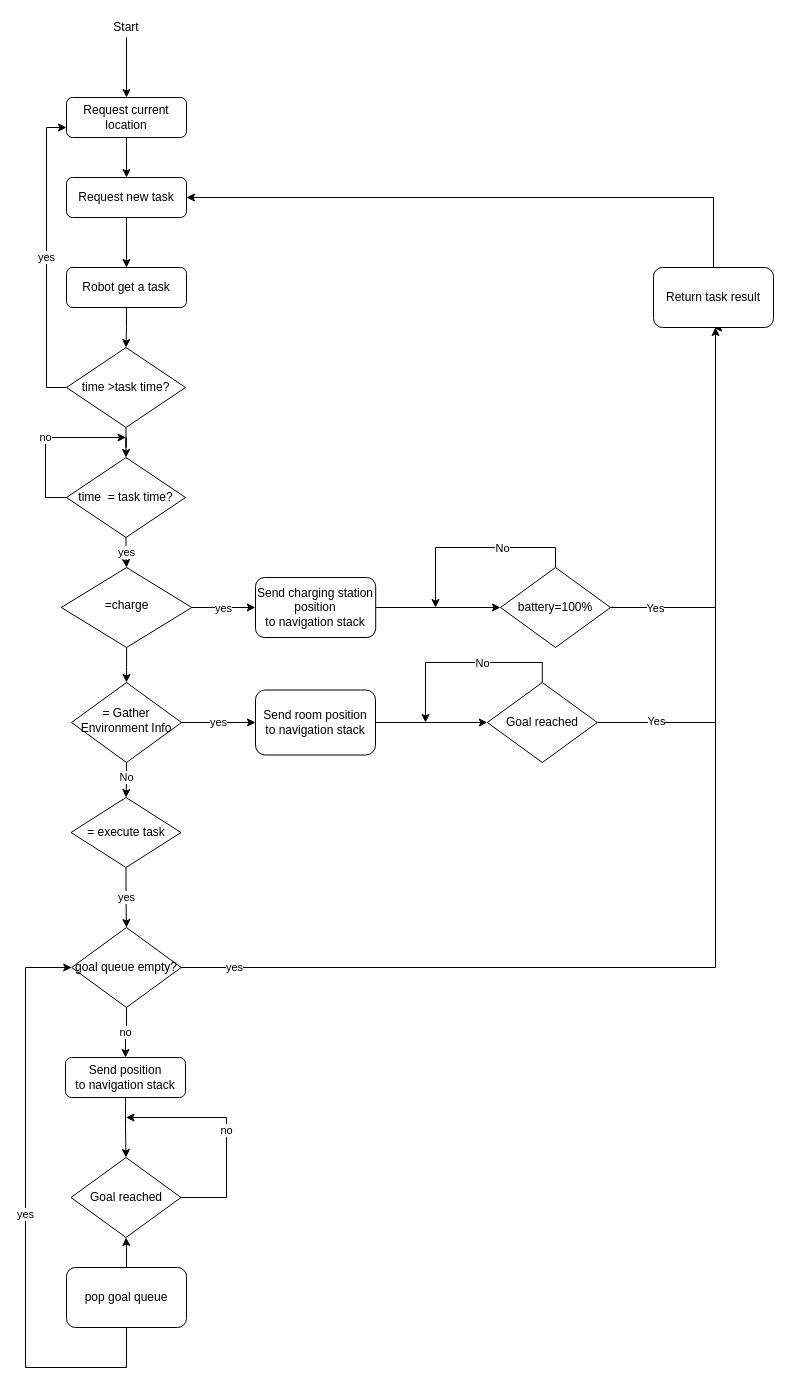
The draw.io diagram page "robot_controller_work" (13 of 21) of Thesis/diagrams/robot.drawio in xuanjiao/master_thesis, before the edit. Source tidied: cells renumbered, new cells numbered last; positions are measured from the earlier drawing's top-left corner, leaving out a move shared by most shapes. Both pictures are drawn from the tidied source at 100%, with x=0, y=0 at pixel (-455, 17).
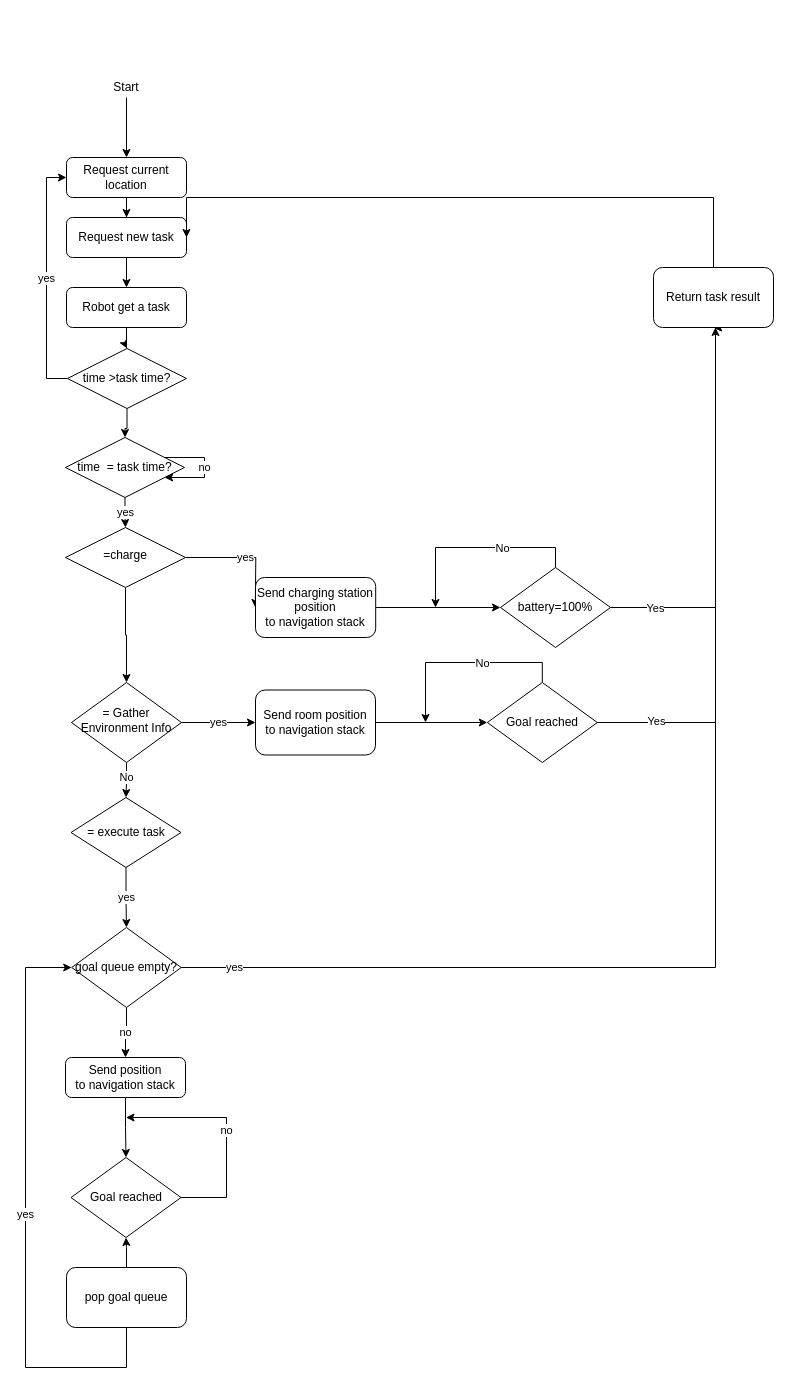
After the change.

Change to the diagram source:
```diff
@@
     <mxCell id="3" value="Robot get a task" style="rounded=1;whiteSpace=wrap;html=1;fontSize=12;glass=0;strokeWidth=1;shadow=0;" parent="1" vertex="1">
-      <mxGeometry x="521" y="250" width="120" height="40" as="geometry" />
+      <mxGeometry x="521" y="270" width="120" height="40" as="geometry" />
     </mxCell>
@@
     <mxCell id="6" value="=charge" style="rhombus;whiteSpace=wrap;html=1;shadow=0;fontFamily=Helvetica;fontSize=12;align=center;strokeWidth=1;spacing=6;spacingTop=-4;" parent="1" vertex="1">
-      <mxGeometry x="515.8" y="550" width="130.5" height="80" as="geometry" />
+      <mxGeometry x="520" y="510" width="120" height="60" as="geometry" />
     </mxCell>
@@
     <mxCell id="18" value="Request new task" style="rounded=1;whiteSpace=wrap;html=1;" parent="1" vertex="1">
-      <mxGeometry x="521" y="160" width="120" height="40" as="geometry" />
+      <mxGeometry x="521" y="200" width="120" height="40" as="geometry" />
     </mxCell>
@@
     <mxCell id="41" value="Start" style="text;html=1;strokeColor=none;fillColor=none;align=center;verticalAlign=middle;whiteSpace=wrap;rounded=0;" parent="1" vertex="1">
-      <mxGeometry x="561" width="40" height="20" as="geometry" />
+      <mxGeometry x="561" y="60" width="40" height="20" as="geometry" />
     </mxCell>
@@
     <mxCell id="44" value="Request current location" style="rounded=1;whiteSpace=wrap;html=1;" parent="1" vertex="1">
-      <mxGeometry x="521" y="80" width="120" height="40" as="geometry" />
+      <mxGeometry x="521" y="140" width="120" height="40" as="geometry" />
     </mxCell>
-    <mxCell id="45" value="yes" style="edgeStyle=orthogonalEdgeStyle;rounded=0;jettySize=auto;html=1;entryX=0;entryY=0.75;entryDx=0;entryDy=0;exitX=0;exitY=0.5;exitDx=0;exitDy=0;" parent="1" edge="1" source="47" target="44">
+    <mxCell id="45" value="yes" style="edgeStyle=orthogonalEdgeStyle;rounded=0;jettySize=auto;html=1;exitX=0;exitY=0.5;exitDx=0;exitDy=0;entryX=0;entryY=0.5;entryDx=0;entryDy=0;" parent="1" edge="1" source="47" target="44">
       <mxGeometry relative="1" as="geometry">
         <Array as="points">
-          <mxPoint x="501" y="370" />
-          <mxPoint x="501" y="110" />
+          <mxPoint x="501" y="361" />
+          <mxPoint x="501" y="160" />
         </Array>
       </mxGeometry>
     </mxCell>
@@
     <mxCell id="47" value="time &amp;gt;task time?" style="rhombus;whiteSpace=wrap;html=1;" parent="1" vertex="1">
-      <mxGeometry x="521" y="330" width="119" height="80" as="geometry" />
+      <mxGeometry x="522" y="331" width="119" height="60" as="geometry" />
     </mxCell>
@@
-    <mxCell id="49" value="no" style="edgeStyle=orthogonalEdgeStyle;rounded=0;jettySize=auto;html=1;" parent="1" edge="1" source="50">
-      <mxGeometry relative="1" as="geometry">
-        <mxPoint x="580.5" y="420" as="targetPoint" />
-        <Array as="points">
-          <mxPoint x="500" y="480" />
-          <mxPoint x="500" y="420" />
-        </Array>
-      </mxGeometry>
-    </mxCell>
     <mxCell id="50" value="time&amp;nbsp; = task time?" style="rhombus;whiteSpace=wrap;html=1;" parent="1" vertex="1">
-      <mxGeometry x="521" y="440" width="119" height="80" as="geometry" />
+      <mxGeometry x="520" y="420" width="119" height="60" as="geometry" />
     </mxCell>
@@
+    <mxCell id="49" value="no" style="edgeStyle=orthogonalEdgeStyle;rounded=0;orthogonalLoop=1;jettySize=auto;html=1;" parent="1" edge="1" source="50" target="50">
+      <mxGeometry relative="1" as="geometry" />
+    </mxCell>
```
